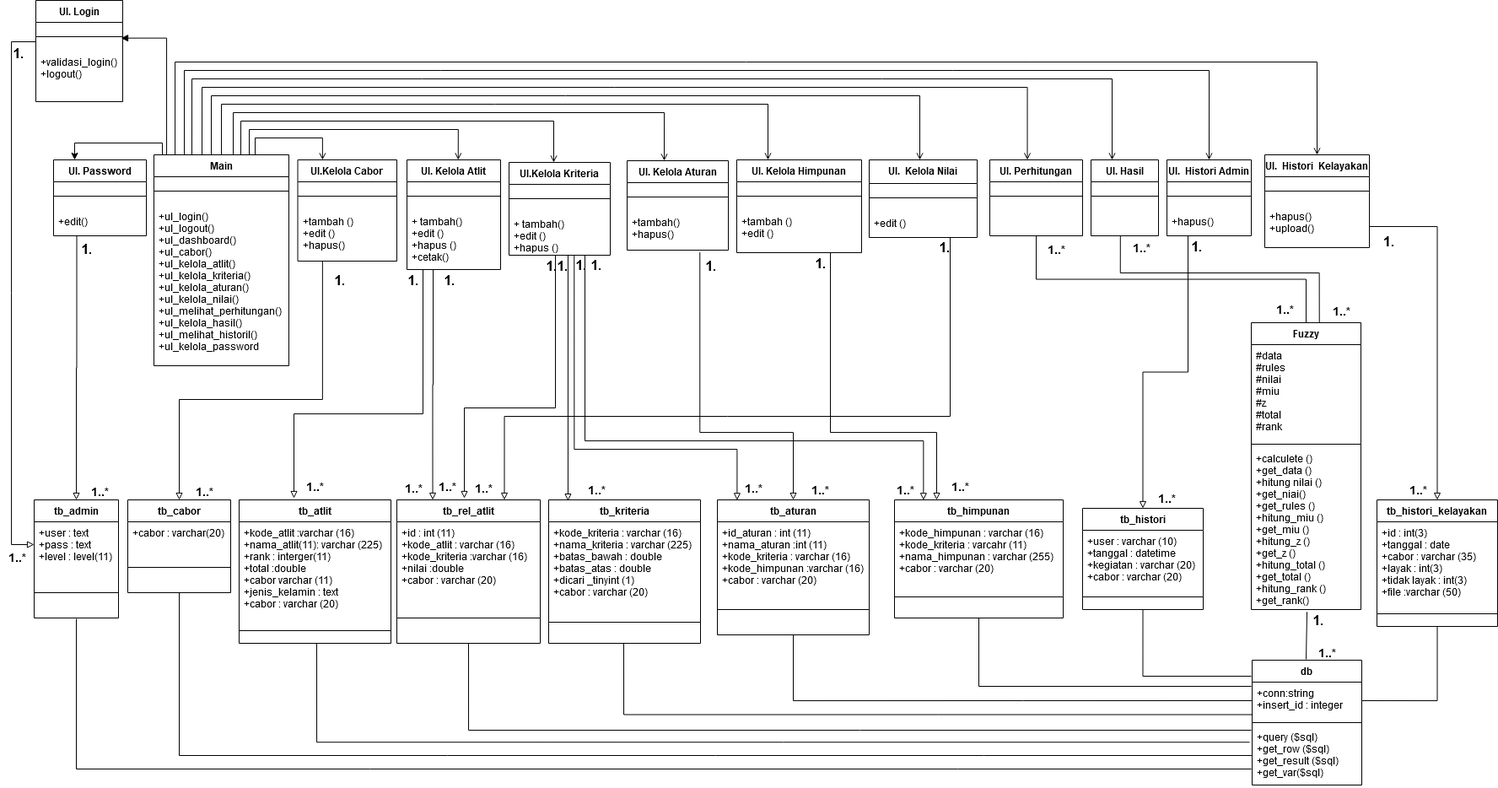
Above: Untitled Diagram.png in NuriCandrawati/nuri-resolusi (draw.io), before the change. Source tidied: cells renumbered, new cells last; positions are measured from the earlier drawing's top-left corner, leaving out a move shared by most shapes.
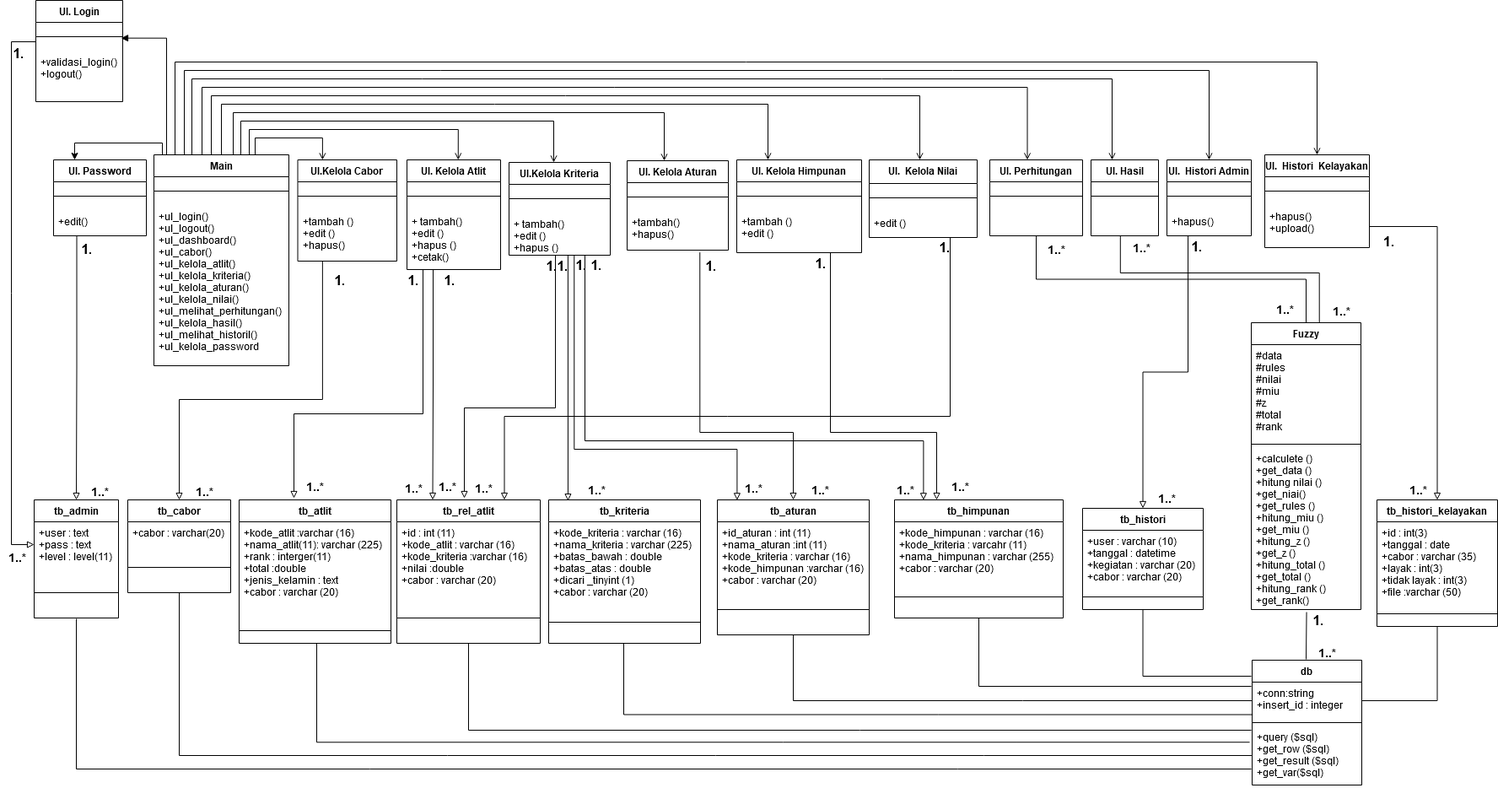
The same diagram one commit later.

Diff of the diagram source:
```diff
@@ -167,7 +167,7 @@
     <mxCell id="40" value="tb_atlit" style="swimlane;fontStyle=1;align=center;verticalAlign=top;horizontal=1;startSize=26;" parent="1" vertex="1">
       <mxGeometry x="283" y="592" width="180" height="170" as="geometry" />
     </mxCell>
-    <mxCell id="41" value="+kode_atlit :varchar (16)&#10;+nama_atlit(11): varchar (225)&#10;+rank : interger(11)&#10;+total :double &#10;+cabor varchar (11)&#10;+jenis_kelamin : text&#10;+cabor : varchar (20)&#10;&#10;&#10;&#10;" style="text;strokeColor=none;fillColor=none;align=left;verticalAlign=top;spacingLeft=4;spacingRight=4;overflow=hidden;" parent="40" vertex="1">
+    <mxCell id="41" value="+kode_atlit :varchar (16)&#10;+nama_atlit(11): varchar (225)&#10;+rank : interger(11)&#10;+total :double &#10;+jenis_kelamin : text&#10;+cabor : varchar (20)&#10;&#10;&#10;&#10;" style="text;strokeColor=none;fillColor=none;align=left;verticalAlign=top;spacingLeft=4;spacingRight=4;overflow=hidden;" parent="40" vertex="1">
       <mxGeometry y="26" width="180" height="114" as="geometry" />
     </mxCell>
     <mxCell id="42" style="line;strokeWidth=1;fillColor=none;align=left;verticalAlign=middle;spacingTop=-1;spacingLeft=3;spacingRight=3;labelPosition=right;" parent="40" vertex="1">
```
